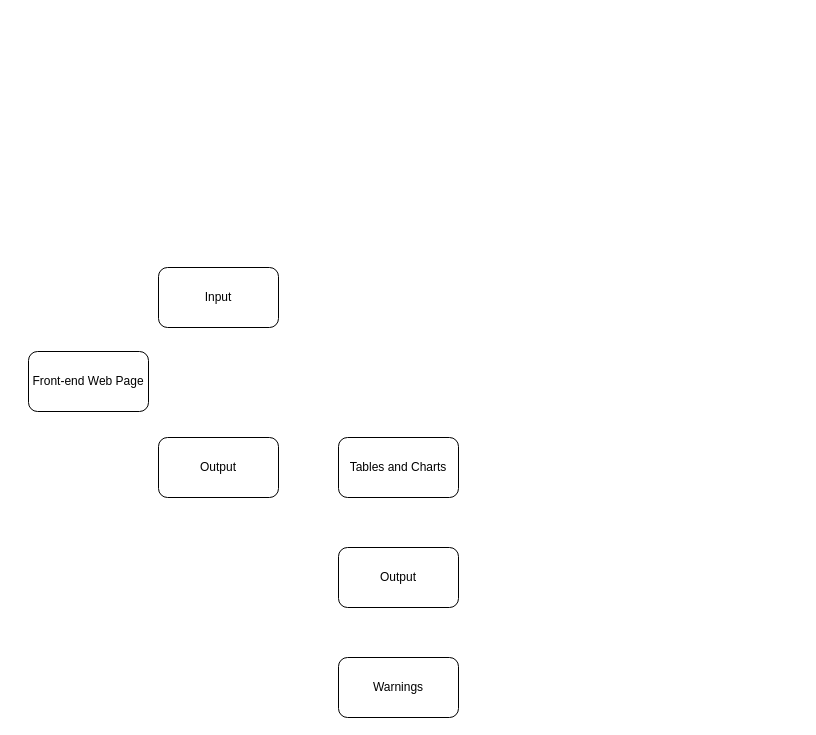
Above: drawio Flowcharts/UI and Database.drawio in lyzhang0113/SmartPot (draw.io), before the change. Source tidied: cells renumbered, new cells numbered last; positions are measured from the earlier drawing's top-left corner, leaving out a move shared by most shapes. Both pictures are drawn from the tidied source at 100%, with x=0, y=0 at pixel (28, 267).
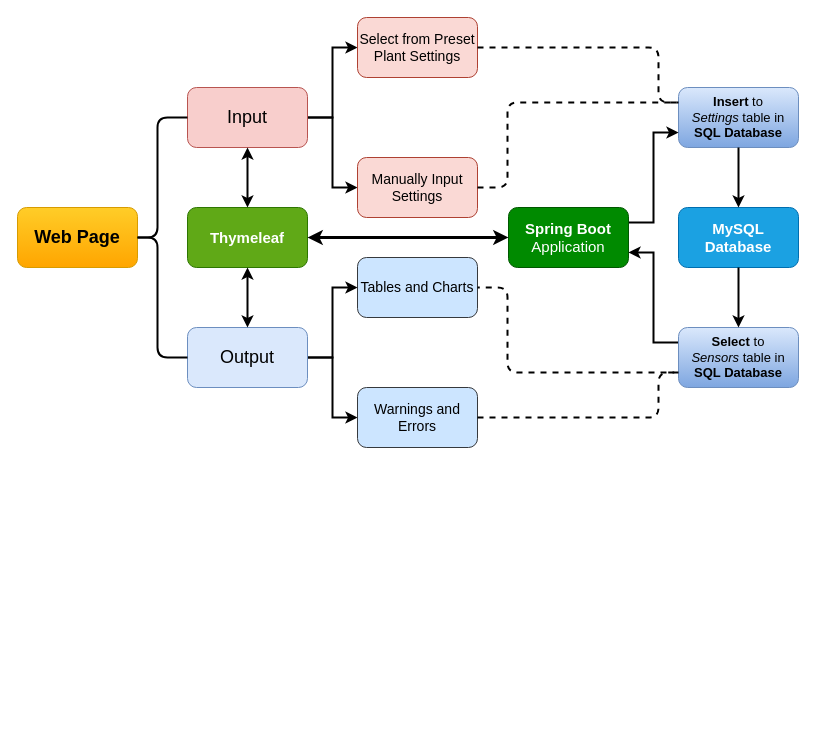
After the change.

Diff of the diagram source:
```diff
@@
-    <mxCell id="2" value="Front-end Web Page" style="rounded=1;whiteSpace=wrap;html=1;" parent="1" vertex="1">
-      <mxGeometry y="84" width="120" height="60" as="geometry" />
+    <mxCell id="2" value="&lt;b&gt;&lt;font style=&quot;font-size: 18px&quot;&gt;Web Page&lt;/font&gt;&lt;/b&gt;" style="rounded=1;whiteSpace=wrap;html=1;fillColor=#ffcd28;strokeColor=#d79b00;gradientColor=#ffa500;" parent="1" vertex="1">
+      <mxGeometry x="-11" y="-60" width="120" height="60" as="geometry" />
     </mxCell>
-    <mxCell id="3" value="Tables and Charts" style="rounded=1;whiteSpace=wrap;html=1;" parent="1" vertex="1">
-      <mxGeometry x="310" y="170" width="120" height="60" as="geometry" />
+    <mxCell id="3" value="Tables and Charts" style="rounded=1;whiteSpace=wrap;html=1;fontSize=14;fillColor=#cce5ff;strokeColor=#36393d;" parent="1" vertex="1">
+      <mxGeometry x="329" y="-10" width="120" height="60" as="geometry" />
     </mxCell>
+    <mxCell id="8" style="edgeStyle=orthogonalEdgeStyle;rounded=0;jettySize=auto;html=1;entryX=0;entryY=0.5;entryDx=0;entryDy=0;strokeWidth=2;" parent="1" edge="1" source="4" target="3">
+      <mxGeometry relative="1" as="geometry" />
+    </mxCell>
+    <mxCell id="9" style="edgeStyle=orthogonalEdgeStyle;rounded=0;jettySize=auto;html=1;entryX=0;entryY=0.5;entryDx=0;entryDy=0;strokeWidth=2;" parent="1" edge="1" source="4" target="6">
+      <mxGeometry relative="1" as="geometry" />
+    </mxCell>
-    <mxCell id="4" value="Output" style="rounded=1;whiteSpace=wrap;html=1;" parent="1" vertex="1">
-      <mxGeometry x="130" y="170" width="120" height="60" as="geometry" />
+    <mxCell id="4" value="Output" style="rounded=1;whiteSpace=wrap;html=1;fontSize=18;fillColor=#dae8fc;strokeColor=#6c8ebf;" parent="1" vertex="1">
+      <mxGeometry x="159" y="60" width="120" height="60" as="geometry" />
     </mxCell>
+    <mxCell id="10" style="edgeStyle=orthogonalEdgeStyle;rounded=0;jettySize=auto;html=1;entryX=0;entryY=0.5;entryDx=0;entryDy=0;strokeWidth=2;" parent="1" edge="1" source="5" target="12">
+      <mxGeometry relative="1" as="geometry" />
+    </mxCell>
+    <mxCell id="11" style="edgeStyle=orthogonalEdgeStyle;rounded=0;jettySize=auto;html=1;entryX=0;entryY=0.5;entryDx=0;entryDy=0;strokeWidth=2;" parent="1" edge="1" source="5" target="13">
+      <mxGeometry relative="1" as="geometry" />
+    </mxCell>
-    <mxCell id="5" value="Input" style="rounded=1;whiteSpace=wrap;html=1;" parent="1" vertex="1">
-      <mxGeometry x="130" width="120" height="60" as="geometry" />
+    <mxCell id="5" value="Input" style="rounded=1;whiteSpace=wrap;html=1;fontSize=18;fillColor=#f8cecc;strokeColor=#b85450;" parent="1" vertex="1">
+      <mxGeometry x="159" y="-180" width="120" height="60" as="geometry" />
     </mxCell>
-    <mxCell id="6" value="Warnings" style="rounded=1;whiteSpace=wrap;html=1;" parent="1" vertex="1">
-      <mxGeometry x="310" y="390" width="120" height="60" as="geometry" />
+    <mxCell id="6" value="Warnings and Errors" style="rounded=1;whiteSpace=wrap;html=1;fontSize=14;fillColor=#cce5ff;strokeColor=#36393d;" parent="1" vertex="1">
+      <mxGeometry x="329" y="120" width="120" height="60" as="geometry" />
     </mxCell>
-    <mxCell id="7" value="Output" style="rounded=1;whiteSpace=wrap;html=1;" parent="1" vertex="1">
-      <mxGeometry x="310" y="280" width="120" height="60" as="geometry" />
-    </mxCell>
+    <mxCell id="12" value="Select from Preset Plant Settings" style="rounded=1;whiteSpace=wrap;html=1;fontSize=14;fillColor=#fad9d5;strokeColor=#ae4132;" parent="1" vertex="1">
+      <mxGeometry x="329" y="-250" width="120" height="60" as="geometry" />
+    </mxCell>
+    <mxCell id="13" value="Manually Input Settings" style="rounded=1;whiteSpace=wrap;html=1;fontSize=14;fillColor=#fad9d5;strokeColor=#ae4132;" parent="1" vertex="1">
+      <mxGeometry x="329" y="-110" width="120" height="60" as="geometry" />
+    </mxCell>
+    <mxCell id="14" value="&lt;b style=&quot;font-size: 13px;&quot;&gt;Insert &lt;/b&gt;to &lt;i style=&quot;font-size: 13px;&quot;&gt;Settings&lt;/i&gt;&amp;nbsp;table in &lt;b style=&quot;font-size: 13px;&quot;&gt;SQL Database&lt;/b&gt;" style="rounded=1;whiteSpace=wrap;html=1;fontSize=13;gradientColor=#7ea6e0;fillColor=#dae8fc;strokeColor=#6c8ebf;" parent="1" vertex="1">
+      <mxGeometry x="650" y="-180" width="120" height="60" as="geometry" />
+    </mxCell>
+    <mxCell id="15" value="&lt;b style=&quot;font-size: 15px;&quot;&gt;Thymeleaf&lt;/b&gt;" style="rounded=1;whiteSpace=wrap;html=1;fontSize=15;fillColor=#60a917;strokeColor=#2D7600;fontColor=#ffffff;" parent="1" vertex="1">
+      <mxGeometry x="159" y="-60" width="120" height="60" as="geometry" />
+    </mxCell>
+    <mxCell id="16" style="edgeStyle=orthogonalEdgeStyle;rounded=0;jettySize=auto;html=1;exitX=1;exitY=0.25;exitDx=0;exitDy=0;entryX=0;entryY=0.75;entryDx=0;entryDy=0;strokeWidth=2;" parent="1" edge="1" source="17" target="14">
+      <mxGeometry relative="1" as="geometry" />
+    </mxCell>
+    <mxCell id="17" value="&lt;b style=&quot;font-size: 15px;&quot;&gt;Spring Boot&lt;/b&gt; Application" style="rounded=1;whiteSpace=wrap;html=1;fontSize=15;fillColor=#008a00;strokeColor=#005700;fontColor=#ffffff;" parent="1" vertex="1">
+      <mxGeometry x="480" y="-60" width="120" height="60" as="geometry" />
+    </mxCell>
+    <mxCell id="18" style="endArrow=none;html=1;entryX=0;entryY=0.5;entryDx=0;entryDy=0;exitX=1;exitY=0.5;exitDx=0;exitDy=0;strokeWidth=2;" parent="1" edge="1" source="2" target="5">
+      <mxGeometry relative="1" as="geometry">
+        <Array as="points">
+          <mxPoint x="129" y="-30" />
+          <mxPoint x="129" y="-150" />
+        </Array>
+      </mxGeometry>
+    </mxCell>
+    <mxCell id="19" style="endArrow=none;html=1;entryX=1;entryY=0.5;entryDx=0;entryDy=0;exitX=0;exitY=0.5;exitDx=0;exitDy=0;strokeWidth=2;" parent="1" edge="1" source="4" target="2">
+      <mxGeometry relative="1" as="geometry">
+        <Array as="points">
+          <mxPoint x="129" y="90" />
+          <mxPoint x="129" y="-30" />
+        </Array>
+      </mxGeometry>
+    </mxCell>
+    <mxCell id="20" style="endArrow=classic;startArrow=classic;html=1;entryX=0.5;entryY=1;entryDx=0;entryDy=0;exitX=0.5;exitY=0;exitDx=0;exitDy=0;strokeWidth=2;" parent="1" edge="1" source="15" target="5">
+      <mxGeometry relative="1" as="geometry" />
+    </mxCell>
+    <mxCell id="21" style="endArrow=classic;startArrow=classic;html=1;entryX=0.5;entryY=1;entryDx=0;entryDy=0;exitX=0.5;exitY=0;exitDx=0;exitDy=0;strokeWidth=2;" parent="1" edge="1" source="4" target="15">
+      <mxGeometry relative="1" as="geometry" />
+    </mxCell>
+    <mxCell id="22" style="edgeStyle=orthogonalEdgeStyle;rounded=0;jettySize=auto;html=1;exitX=0;exitY=0.25;exitDx=0;exitDy=0;entryX=1;entryY=0.75;entryDx=0;entryDy=0;strokeWidth=2;" parent="1" edge="1" source="23" target="17">
+      <mxGeometry relative="1" as="geometry" />
+    </mxCell>
+    <mxCell id="23" value="&lt;b style=&quot;font-size: 13px;&quot;&gt;Select &lt;/b&gt;to &lt;i style=&quot;font-size: 13px;&quot;&gt;Sensors&amp;nbsp;&lt;/i&gt;table in &lt;b style=&quot;font-size: 13px;&quot;&gt;SQL Database&lt;/b&gt;" style="rounded=1;whiteSpace=wrap;html=1;fontSize=13;gradientColor=#7ea6e0;fillColor=#dae8fc;strokeColor=#6c8ebf;" parent="1" vertex="1">
+      <mxGeometry x="650" y="60" width="120" height="60" as="geometry" />
+    </mxCell>
+    <mxCell id="24" style="endArrow=classic;startArrow=classic;html=1;exitX=1;exitY=0.5;exitDx=0;exitDy=0;entryX=0;entryY=0.5;entryDx=0;entryDy=0;strokeWidth=3;" parent="1" edge="1" source="15" target="17">
+      <mxGeometry relative="1" as="geometry" />
+    </mxCell>
+    <mxCell id="25" style="endArrow=none;dashed=1;html=1;entryX=0;entryY=0.75;entryDx=0;entryDy=0;exitX=1;exitY=0.5;exitDx=0;exitDy=0;strokeWidth=2;" parent="1" edge="1" source="6" target="23">
+      <mxGeometry relative="1" as="geometry">
+        <Array as="points">
+          <mxPoint x="630" y="150" />
+          <mxPoint x="630" y="105" />
+        </Array>
+      </mxGeometry>
+    </mxCell>
+    <mxCell id="26" style="endArrow=none;dashed=1;html=1;entryX=1;entryY=0.5;entryDx=0;entryDy=0;exitX=0;exitY=0.75;exitDx=0;exitDy=0;strokeWidth=2;" parent="1" edge="1" source="23" target="3">
+      <mxGeometry relative="1" as="geometry">
+        <Array as="points">
+          <mxPoint x="479" y="105" />
+          <mxPoint x="479" y="20" />
+        </Array>
+      </mxGeometry>
+    </mxCell>
+    <mxCell id="27" style="endArrow=none;dashed=1;html=1;exitX=1;exitY=0.5;exitDx=0;exitDy=0;entryX=0;entryY=0.25;entryDx=0;entryDy=0;strokeWidth=2;" parent="1" edge="1" source="13" target="14">
+      <mxGeometry relative="1" as="geometry">
+        <Array as="points">
+          <mxPoint x="479" y="-80" />
+          <mxPoint x="479" y="-165" />
+        </Array>
+      </mxGeometry>
+    </mxCell>
+    <mxCell id="28" style="endArrow=none;dashed=1;html=1;exitX=1;exitY=0.5;exitDx=0;exitDy=0;entryX=0;entryY=0.25;entryDx=0;entryDy=0;strokeWidth=2;" parent="1" edge="1" source="12" target="14">
+      <mxGeometry relative="1" as="geometry">
+        <Array as="points">
+          <mxPoint x="630" y="-220" />
+          <mxPoint x="630" y="-165" />
+        </Array>
+      </mxGeometry>
+    </mxCell>
+    <mxCell id="29" value="&lt;b&gt;MySQL Database&lt;/b&gt;" style="rounded=1;whiteSpace=wrap;html=1;fontSize=15;fillColor=#1ba1e2;strokeColor=#006EAF;fontColor=#ffffff;" parent="1" vertex="1">
+      <mxGeometry x="650" y="-60" width="120" height="60" as="geometry" />
+    </mxCell>
+    <mxCell id="30" style="endArrow=classic;html=1;strokeWidth=2;fontSize=13;exitX=0.5;exitY=1;exitDx=0;exitDy=0;entryX=0.5;entryY=0;entryDx=0;entryDy=0;" parent="1" edge="1" source="14" target="29">
+      <mxGeometry relative="1" as="geometry" />
+    </mxCell>
+    <mxCell id="31" style="endArrow=classic;html=1;strokeWidth=2;fontSize=13;entryX=0.5;entryY=0;entryDx=0;entryDy=0;exitX=0.5;exitY=1;exitDx=0;exitDy=0;" parent="1" edge="1" source="29" target="23">
+      <mxGeometry relative="1" as="geometry" />
+    </mxCell>
```
